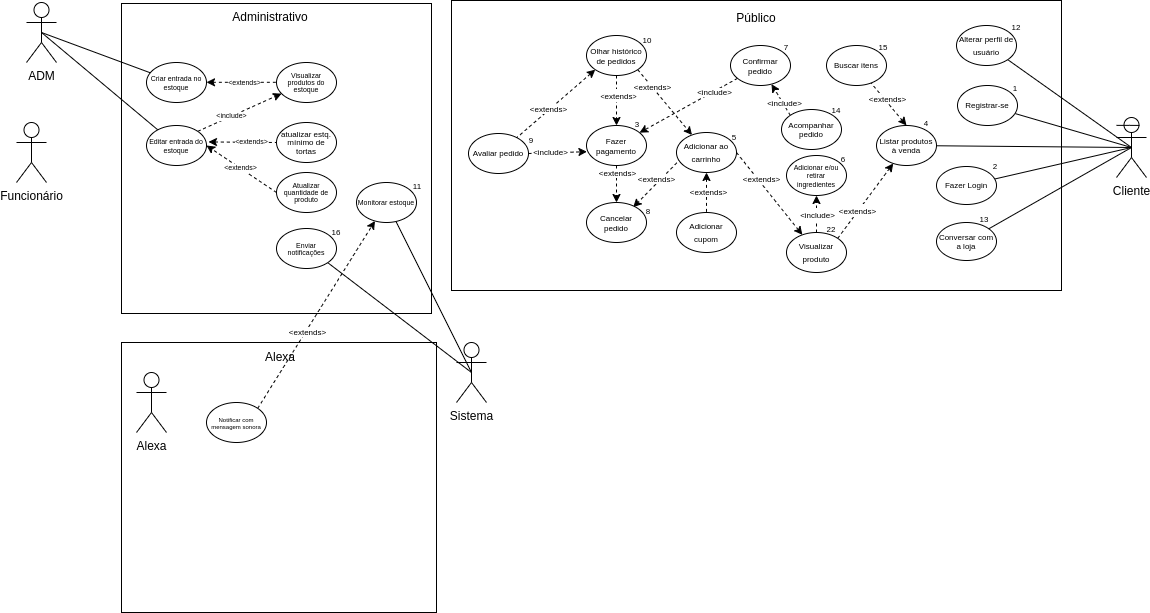
Above: UC_d.drawio.png in FreelyTian/docs (draw.io), before the change. Source tidied: cells renumbered, new cells last; positions are measured from the earlier drawing's top-left corner, leaving out a move shared by most shapes.
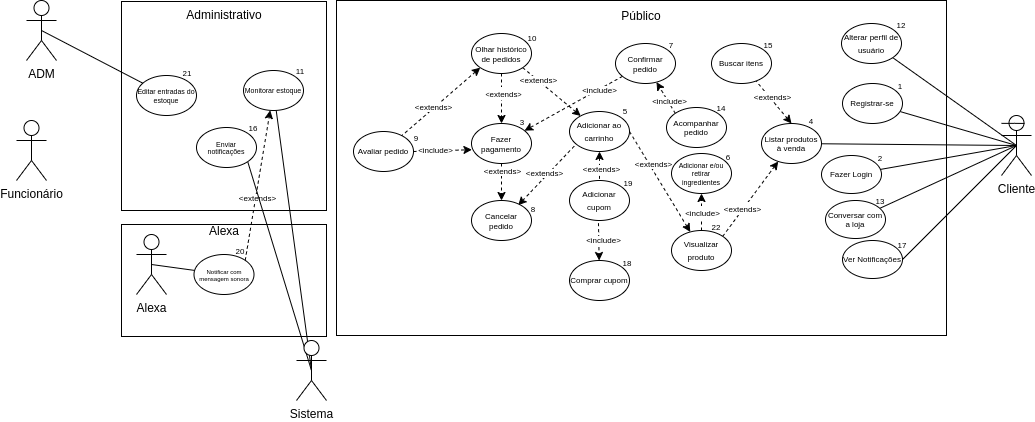
Above is the later version.

Change to the diagram source:
```diff
@@ -3,22 +3,19 @@
     <mxCell id="0" />
     <mxCell id="1" parent="0" />
     <mxCell id="2" style="rounded=0;whiteSpace=wrap;html=1;" parent="1" vertex="1">
-      <mxGeometry x="435" width="610" height="290" as="geometry" />
+      <mxGeometry x="435" y="2" width="610" height="335" as="geometry" />
     </mxCell>
     <mxCell id="3" style="rounded=0;whiteSpace=wrap;html=1;" parent="1" vertex="1">
-      <mxGeometry x="105" y="3" width="310" height="310" as="geometry" />
+      <mxGeometry x="220" y="3" width="205" height="209" as="geometry" />
     </mxCell>
-    <mxCell id="4" style="edgeStyle=none;rounded=0;jettySize=auto;html=1;exitX=0.5;exitY=0.5;exitDx=0;exitDy=0;exitPerimeter=0;fontSize=9;endArrow=none;endFill=0;" parent="1" edge="1" source="6" target="19">
-      <mxGeometry relative="1" as="geometry" />
-    </mxCell>
     <mxCell id="5" style="edgeStyle=none;rounded=0;jettySize=auto;html=1;exitX=0.5;exitY=0.5;exitDx=0;exitDy=0;exitPerimeter=0;fontSize=7;startArrow=none;startFill=0;endArrow=none;endFill=0;" parent="1" edge="1" source="6" target="48">
       <mxGeometry relative="1" as="geometry" />
     </mxCell>
     <mxCell id="6" value="ADM" style="shape=umlActor;verticalLabelPosition=bottom;verticalAlign=top;html=1;outlineConnect=0;" parent="1" vertex="1">
-      <mxGeometry x="10" y="2" width="30" height="60" as="geometry" />
+      <mxGeometry x="125" y="2" width="30" height="60" as="geometry" />
     </mxCell>
     <mxCell id="7" value="Funcionário" style="shape=umlActor;verticalLabelPosition=bottom;verticalAlign=top;html=1;" parent="1" vertex="1">
-      <mxGeometry y="122" width="30" height="60" as="geometry" />
+      <mxGeometry x="115" y="122" width="30" height="60" as="geometry" />
     </mxCell>
     <mxCell id="8" style="edgeStyle=none;rounded=0;jettySize=auto;html=1;exitX=0.5;exitY=0.5;exitDx=0;exitDy=0;exitPerimeter=0;fontSize=8;startArrow=none;startFill=0;endArrow=none;endFill=0;" parent="1" edge="1" source="13" target="26">
       <mxGeometry relative="1" as="geometry" />
@@ -35,40 +32,15 @@
     <mxCell id="12" style="edgeStyle=none;rounded=0;jettySize=auto;html=1;exitX=0.5;exitY=0.5;exitDx=0;exitDy=0;exitPerimeter=0;fontSize=8;endArrow=none;endFill=0;" parent="1" edge="1" source="13" target="91">
       <mxGeometry relative="1" as="geometry" />
     </mxCell>
+    <mxCell id="99" style="edgeStyle=none;rounded=0;jettySize=auto;html=1;exitX=0.5;exitY=0.5;exitDx=0;exitDy=0;exitPerimeter=0;entryX=1;entryY=0.5;entryDx=0;entryDy=0;fontSize=8;endArrow=none;endFill=0;" parent="1" edge="1" source="13" target="102">
+      <mxGeometry relative="1" as="geometry" />
+    </mxCell>
     <mxCell id="13" value="Cliente&lt;br&gt;" style="shape=umlActor;verticalLabelPosition=bottom;verticalAlign=top;html=1;outlineConnect=0;" parent="1" vertex="1">
       <mxGeometry x="1100" y="117" width="30" height="60" as="geometry" />
     </mxCell>
     <mxCell id="14" value="Administrativo" style="text;html=1;strokeColor=none;fillColor=none;align=center;verticalAlign=middle;whiteSpace=wrap;rounded=0;" parent="1" vertex="1">
-      <mxGeometry x="224" y="2" width="60" height="30" as="geometry" />
+      <mxGeometry x="292.5" y="2" width="60" height="30" as="geometry" />
     </mxCell>
-    <mxCell id="15" style="edgeStyle=none;rounded=0;orthogonalLoop=1;jettySize=auto;html=1;dashed=1;fontSize=9;startArrow=classic;startFill=1;endArrow=none;endFill=0;entryX=0;entryY=0.5;entryDx=0;entryDy=0;" parent="1" edge="1">
-      <mxGeometry relative="1" as="geometry">
-        <mxPoint x="190" y="81.8" as="sourcePoint" />
-        <mxPoint x="260" y="81.8" as="targetPoint" />
-      </mxGeometry>
-    </mxCell>
-    <mxCell id="16" value="&lt;font style=&quot;font-size: 7px;&quot;&gt;&amp;lt;extends&amp;gt;&lt;/font&gt;" style="edgeLabel;html=1;align=center;verticalAlign=middle;fontSize=9;" parent="15" vertex="1">
-      <mxGeometry x="-0.28" relative="1" as="geometry">
-        <mxPoint x="12" as="offset" />
-      </mxGeometry>
-    </mxCell>
-    <mxCell id="17" style="rounded=0;jettySize=auto;html=1;fontSize=9;dashed=1;startArrow=classic;startFill=1;endArrow=none;endFill=0;entryX=0;entryY=0.5;entryDx=0;entryDy=0;exitX=1.033;exitY=0.411;exitDx=0;exitDy=0;exitPerimeter=0;" parent="1" edge="1" source="48" target="21">
-      <mxGeometry relative="1" as="geometry" />
-    </mxCell>
-    <mxCell id="18" value="&lt;font style=&quot;font-size: 7px;&quot;&gt;&amp;lt;extends&amp;gt;&lt;/font&gt;" style="edgeLabel;html=1;align=center;verticalAlign=middle;fontSize=9;" parent="17" vertex="1">
-      <mxGeometry x="-0.28" y="1" relative="1" as="geometry">
-        <mxPoint x="19" as="offset" />
-      </mxGeometry>
-    </mxCell>
-    <mxCell id="19" value="&lt;p style=&quot;line-height: 55%;&quot;&gt;&lt;font style=&quot;font-size: 7px;&quot;&gt;Criar entrada no estoque&lt;/font&gt;&lt;/p&gt;" style="ellipse;whiteSpace=wrap;html=1;" parent="1" vertex="1">
-      <mxGeometry x="130" y="62" width="60" height="40" as="geometry" />
-    </mxCell>
-    <mxCell id="20" value="&lt;p style=&quot;line-height: 40%;&quot;&gt;&lt;font style=&quot;font-size: 7px;&quot;&gt;Visualizar produtos do estoque&lt;/font&gt;&lt;/p&gt;" style="ellipse;whiteSpace=wrap;html=1;" parent="1" vertex="1">
-      <mxGeometry x="260" y="62" width="60" height="40" as="geometry" />
-    </mxCell>
-    <mxCell id="21" value="&lt;p style=&quot;line-height: 60%;&quot;&gt;&lt;span style=&quot;font-size: 8px;&quot;&gt;atualizar estq. mínimo de tortas&lt;/span&gt;&lt;/p&gt;" style="ellipse;whiteSpace=wrap;html=1;" parent="1" vertex="1">
-      <mxGeometry x="260" y="122" width="60" height="40" as="geometry" />
-    </mxCell>
     <mxCell id="22" style="rounded=0;jettySize=auto;html=1;entryX=1;entryY=0.5;entryDx=0;entryDy=0;dashed=1;fontSize=8;endArrow=none;endFill=0;startArrow=classic;startFill=1;" parent="1" edge="1" source="63" target="38">
       <mxGeometry relative="1" as="geometry" />
     </mxCell>
@@ -127,10 +99,8 @@
         <mxPoint y="10" as="offset" />
       </mxGeometry>
     </mxCell>
-    <mxCell id="36" style="rounded=0;jettySize=auto;html=1;entryX=0.779;entryY=0.117;entryDx=0;entryDy=0;dashed=1;fontSize=8;exitX=0.075;exitY=0.777;exitDx=0;exitDy=0;exitPerimeter=0;entryPerimeter=0;" parent="1" edge="1" target="83">
-      <mxGeometry relative="1" as="geometry">
-        <mxPoint x="664.5" y="158.1" as="sourcePoint" />
-      </mxGeometry>
+    <mxCell id="36" style="rounded=0;jettySize=auto;html=1;entryX=0.779;entryY=0.117;entryDx=0;entryDy=0;dashed=1;fontSize=8;exitX=0.078;exitY=0.867;exitDx=0;exitDy=0;exitPerimeter=0;entryPerimeter=0;" parent="1" edge="1" source="38" target="83">
+      <mxGeometry relative="1" as="geometry" />
     </mxCell>
     <mxCell id="37" value="&amp;lt;extends&amp;gt;" style="edgeLabel;html=1;align=center;verticalAlign=middle;fontSize=8;" parent="36" vertex="1">
       <mxGeometry x="0.18" relative="1" as="geometry">
@@ -138,7 +108,7 @@
       </mxGeometry>
     </mxCell>
     <mxCell id="38" value="&lt;p style=&quot;line-height: 90%;&quot;&gt;&lt;span style=&quot;font-size: 8px;&quot;&gt;Adicionar ao carrinho&lt;/span&gt;&lt;/p&gt;" style="ellipse;whiteSpace=wrap;html=1;" parent="1" vertex="1">
-      <mxGeometry x="660" y="132" width="60" height="40" as="geometry" />
+      <mxGeometry x="668" y="113" width="60" height="40" as="geometry" />
     </mxCell>
     <mxCell id="39" value="&amp;lt;extends&amp;gt;" style="edgeStyle=none;rounded=0;jettySize=auto;html=1;exitX=1;exitY=1;exitDx=0;exitDy=0;dashed=1;fontSize=8;startArrow=none;startFill=0;endArrow=classic;endFill=1;" parent="1" edge="1" source="44" target="38">
       <mxGeometry x="-0.47" relative="1" as="geometry" />
@@ -161,30 +131,19 @@
     <mxCell id="45" value="Público" style="text;html=1;strokeColor=none;fillColor=none;align=center;verticalAlign=middle;whiteSpace=wrap;rounded=0;" parent="1" vertex="1">
       <mxGeometry x="710" y="3" width="60" height="30" as="geometry" />
     </mxCell>
-    <mxCell id="46" style="edgeStyle=none;rounded=0;jettySize=auto;html=1;exitX=1;exitY=0;exitDx=0;exitDy=0;fontSize=7;startArrow=none;startFill=0;endArrow=classic;endFill=1;dashed=1;" parent="1" edge="1" source="48" target="20">
-      <mxGeometry relative="1" as="geometry" />
-    </mxCell>
+    <mxCell id="48" value="&lt;p style=&quot;line-height: 55%;&quot;&gt;&lt;font style=&quot;font-size: 7px;&quot;&gt;Editar entradas do estoque&lt;/font&gt;&lt;/p&gt;" style="ellipse;whiteSpace=wrap;html=1;" parent="1" vertex="1">
+      <mxGeometry x="235" y="77" width="60" height="40" as="geometry" />
+    </mxCell>
+    <mxCell id="100" style="edgeStyle=none;rounded=0;jettySize=auto;html=1;exitX=0.483;exitY=1.067;exitDx=0;exitDy=0;fontSize=8;endArrow=classic;endFill=1;dashed=1;exitPerimeter=0;" parent="1" edge="1" source="52" target="104">
+      <mxGeometry relative="1" as="geometry" />
+    </mxCell>
-    <mxCell id="47" value="&amp;lt;include&amp;gt;" style="edgeLabel;html=1;align=center;verticalAlign=middle;fontSize=7;" parent="46" vertex="1">
-      <mxGeometry x="-0.21" y="-1" relative="1" as="geometry">
-        <mxPoint y="-1" as="offset" />
+    <mxCell id="47" value="&amp;lt;include&amp;gt;" style="edgeLabel;html=1;align=center;verticalAlign=middle;fontSize=8;" parent="100" vertex="1">
+      <mxGeometry x="0.24" relative="1" as="geometry">
+        <mxPoint x="4" y="-6" as="offset" />
       </mxGeometry>
     </mxCell>
-    <mxCell id="48" value="&lt;p style=&quot;line-height: 55%;&quot;&gt;&lt;font style=&quot;font-size: 7px;&quot;&gt;Editar entrada do estoque&lt;/font&gt;&lt;/p&gt;" style="ellipse;whiteSpace=wrap;html=1;" parent="1" vertex="1">
-      <mxGeometry x="130" y="125" width="60" height="40" as="geometry" />
-    </mxCell>
-    <mxCell id="49" style="edgeStyle=none;rounded=0;jettySize=auto;html=1;exitX=0;exitY=0.5;exitDx=0;exitDy=0;entryX=1;entryY=0.5;entryDx=0;entryDy=0;dashed=1;fontSize=7;startArrow=none;startFill=0;endArrow=classic;endFill=1;" parent="1" edge="1" source="51" target="48">
-      <mxGeometry relative="1" as="geometry" />
-    </mxCell>
-    <mxCell id="50" value="&amp;lt;extends&amp;gt;" style="edgeLabel;html=1;align=center;verticalAlign=middle;fontSize=7;" parent="49" vertex="1">
-      <mxGeometry x="0.2" relative="1" as="geometry">
-        <mxPoint x="5" y="3" as="offset" />
-      </mxGeometry>
-    </mxCell>
-    <mxCell id="51" value="&lt;p style=&quot;line-height: 40%;&quot;&gt;&lt;font style=&quot;font-size: 7px;&quot;&gt;Atualizar quantidade de produto&lt;/font&gt;&lt;/p&gt;" style="ellipse;whiteSpace=wrap;html=1;" parent="1" vertex="1">
-      <mxGeometry x="260" y="172" width="60" height="40" as="geometry" />
-    </mxCell>
     <mxCell id="52" value="&lt;p style=&quot;line-height: 90%;&quot;&gt;&lt;span style=&quot;font-size: 8px;&quot;&gt;Adicionar cupom&lt;/span&gt;&lt;/p&gt;" style="ellipse;whiteSpace=wrap;html=1;" parent="1" vertex="1">
-      <mxGeometry x="660" y="212" width="60" height="40" as="geometry" />
+      <mxGeometry x="668" y="182" width="60" height="40" as="geometry" />
     </mxCell>
     <mxCell id="53" value="&lt;p style=&quot;line-height: 90%;&quot;&gt;&lt;span style=&quot;font-size: 8px;&quot;&gt;Buscar itens&lt;/span&gt;&lt;/p&gt;" style="ellipse;whiteSpace=wrap;html=1;" parent="1" vertex="1">
       <mxGeometry x="810" y="45" width="60" height="40" as="geometry" />
@@ -204,7 +163,7 @@
       <mxGeometry x="941" y="85" width="60" height="40" as="geometry" />
     </mxCell>
     <mxCell id="58" value="&lt;p style=&quot;line-height: 90%;&quot;&gt;&lt;span style=&quot;font-size: 8px;&quot;&gt;Fazer Login&lt;/span&gt;&lt;/p&gt;" style="ellipse;whiteSpace=wrap;html=1;" parent="1" vertex="1">
-      <mxGeometry x="920" y="166" width="60" height="38" as="geometry" />
+      <mxGeometry x="920" y="157" width="60" height="38" as="geometry" />
     </mxCell>
     <mxCell id="59" style="edgeStyle=none;rounded=0;jettySize=auto;html=1;exitX=1;exitY=0;exitDx=0;exitDy=0;startArrow=none;startFill=0;endArrow=classic;endFill=1;dashed=1;" parent="1" edge="1" source="63" target="26">
       <mxGeometry relative="1" as="geometry" />
@@ -226,13 +185,16 @@
       <mxGeometry x="770" y="232" width="60" height="40" as="geometry" />
     </mxCell>
     <mxCell id="64" style="rounded=0;whiteSpace=wrap;html=1;fontSize=8;" parent="1" vertex="1">
-      <mxGeometry x="105" y="342" width="315" height="270" as="geometry" />
+      <mxGeometry x="220" y="226" width="205" height="112" as="geometry" />
     </mxCell>
     <mxCell id="65" value="Alexa" style="text;html=1;strokeColor=none;fillColor=none;align=center;verticalAlign=middle;whiteSpace=wrap;rounded=0;" parent="1" vertex="1">
-      <mxGeometry x="234" y="342" width="60" height="30" as="geometry" />
+      <mxGeometry x="292.5" y="218" width="60" height="30" as="geometry" />
     </mxCell>
+    <mxCell id="101" style="edgeStyle=none;rounded=0;jettySize=auto;html=1;exitX=0.5;exitY=0.5;exitDx=0;exitDy=0;exitPerimeter=0;fontSize=8;endArrow=none;endFill=0;" parent="1" edge="1" source="66" target="69">
+      <mxGeometry relative="1" as="geometry" />
+    </mxCell>
     <mxCell id="66" value="Alexa" style="shape=umlActor;verticalLabelPosition=bottom;verticalAlign=top;html=1;outlineConnect=0;" parent="1" vertex="1">
-      <mxGeometry x="120" y="372" width="30" height="60" as="geometry" />
+      <mxGeometry x="235" y="236" width="30" height="60" as="geometry" />
     </mxCell>
     <mxCell id="67" style="edgeStyle=none;rounded=0;jettySize=auto;html=1;exitX=1;exitY=0;exitDx=0;exitDy=0;fontSize=6;startArrow=none;startFill=0;endArrow=classic;endFill=1;dashed=1;" parent="1" edge="1" source="69" target="73">
       <mxGeometry relative="1" as="geometry" />
@@ -241,7 +203,7 @@
       <mxGeometry x="-0.17" y="-1" relative="1" as="geometry" />
     </mxCell>
     <mxCell id="69" value="&lt;p style=&quot;line-height: 40%;&quot;&gt;&lt;font style=&quot;font-size: 6px;&quot;&gt;Notificar com mensagem sonora&lt;/font&gt;&lt;/p&gt;" style="ellipse;whiteSpace=wrap;html=1;" parent="1" vertex="1">
-      <mxGeometry x="190" y="402" width="60" height="40" as="geometry" />
+      <mxGeometry x="292.5" y="256" width="60" height="40" as="geometry" />
     </mxCell>
     <mxCell id="70" style="edgeStyle=none;rounded=0;jettySize=auto;html=1;exitX=0.5;exitY=0.5;exitDx=0;exitDy=0;exitPerimeter=0;fontSize=6;startArrow=none;startFill=0;endArrow=none;endFill=0;" parent="1" edge="1" source="72" target="73">
       <mxGeometry relative="1" as="geometry" />
@@ -250,16 +212,16 @@
       <mxGeometry relative="1" as="geometry" />
     </mxCell>
     <mxCell id="72" value="Sistema" style="shape=umlActor;verticalLabelPosition=bottom;verticalAlign=top;html=1;outlineConnect=0;" parent="1" vertex="1">
-      <mxGeometry x="440" y="342" width="30" height="60" as="geometry" />
+      <mxGeometry x="395" y="342" width="30" height="60" as="geometry" />
     </mxCell>
     <mxCell id="73" value="&lt;p style=&quot;line-height: 40%;&quot;&gt;&lt;font style=&quot;font-size: 7px;&quot;&gt;Monitorar estoque&lt;/font&gt;&lt;/p&gt;" style="ellipse;whiteSpace=wrap;html=1;" parent="1" vertex="1">
-      <mxGeometry x="340" y="182" width="60" height="40" as="geometry" />
+      <mxGeometry x="342" y="72" width="60" height="40" as="geometry" />
     </mxCell>
     <mxCell id="74" value="&lt;font style=&quot;font-size: 8px;&quot;&gt;1&lt;/font&gt;" style="text;html=1;strokeColor=none;fillColor=none;align=center;verticalAlign=middle;whiteSpace=wrap;rounded=0;" parent="1" vertex="1">
       <mxGeometry x="989" y="77" width="20" height="20" as="geometry" />
     </mxCell>
     <mxCell id="75" value="&lt;font style=&quot;font-size: 8px;&quot;&gt;2&lt;/font&gt;" style="text;html=1;strokeColor=none;fillColor=none;align=center;verticalAlign=middle;whiteSpace=wrap;rounded=0;" parent="1" vertex="1">
-      <mxGeometry x="969" y="155" width="20" height="20" as="geometry" />
+      <mxGeometry x="969" y="149" width="20" height="20" as="geometry" />
     </mxCell>
     <mxCell id="76" value="&lt;font style=&quot;font-size: 8px;&quot;&gt;4&lt;/font&gt;" style="text;html=1;strokeColor=none;fillColor=none;align=center;verticalAlign=middle;whiteSpace=wrap;rounded=0;" parent="1" vertex="1">
       <mxGeometry x="900" y="112" width="20" height="20" as="geometry" />
@@ -268,7 +230,7 @@
       <mxGeometry x="611" y="113" width="20" height="20" as="geometry" />
     </mxCell>
     <mxCell id="78" value="&lt;font style=&quot;font-size: 8px;&quot;&gt;5&lt;/font&gt;" style="text;html=1;strokeColor=none;fillColor=none;align=center;verticalAlign=middle;whiteSpace=wrap;rounded=0;" parent="1" vertex="1">
-      <mxGeometry x="708" y="126" width="20" height="20" as="geometry" />
+      <mxGeometry x="714" y="102" width="20" height="20" as="geometry" />
     </mxCell>
     <mxCell id="79" value="&lt;p style=&quot;line-height: 59%;&quot;&gt;&lt;font style=&quot;font-size: 7px;&quot;&gt;Adicionar e/ou retirar ingredientes&lt;/font&gt;&lt;/p&gt;" style="ellipse;whiteSpace=wrap;html=1;" parent="1" vertex="1">
       <mxGeometry x="770" y="155" width="60" height="40" as="geometry" />
@@ -295,7 +257,7 @@
       <mxGeometry x="621" y="29" width="20" height="20" as="geometry" />
     </mxCell>
     <mxCell id="87" value="&lt;font style=&quot;font-size: 8px;&quot;&gt;11&lt;/font&gt;" style="text;html=1;strokeColor=none;fillColor=none;align=center;verticalAlign=middle;whiteSpace=wrap;rounded=0;" parent="1" vertex="1">
-      <mxGeometry x="391" y="175" width="20" height="20" as="geometry" />
+      <mxGeometry x="389" y="62" width="20" height="20" as="geometry" />
     </mxCell>
     <mxCell id="88" value="&lt;p style=&quot;line-height: 90%;&quot;&gt;&lt;span style=&quot;font-size: 8px;&quot;&gt;Alterar perfil de usuário&lt;/span&gt;&lt;/p&gt;" style="ellipse;whiteSpace=wrap;html=1;" parent="1" vertex="1">
       <mxGeometry x="940" y="25" width="60" height="40" as="geometry" />
@@ -307,10 +269,10 @@
       <mxGeometry x="805" y="218" width="20" height="20" as="geometry" />
     </mxCell>
     <mxCell id="91" value="&lt;p style=&quot;line-height: 65%;&quot;&gt;&lt;span style=&quot;font-size: 8px;&quot;&gt;Conversar com a loja&lt;/span&gt;&lt;/p&gt;" style="ellipse;whiteSpace=wrap;html=1;" parent="1" vertex="1">
-      <mxGeometry x="920" y="222" width="60" height="38" as="geometry" />
+      <mxGeometry x="924" y="202" width="60" height="38" as="geometry" />
     </mxCell>
     <mxCell id="92" value="&lt;font style=&quot;font-size: 8px;&quot;&gt;13&lt;/font&gt;" style="text;html=1;strokeColor=none;fillColor=none;align=center;verticalAlign=middle;whiteSpace=wrap;rounded=0;" parent="1" vertex="1">
-      <mxGeometry x="958" y="208" width="20" height="20" as="geometry" />
+      <mxGeometry x="969" y="192" width="20" height="20" as="geometry" />
     </mxCell>
     <mxCell id="93" style="edgeStyle=none;rounded=0;jettySize=auto;html=1;exitX=0;exitY=0;exitDx=0;exitDy=0;fontSize=8;endArrow=classic;endFill=1;dashed=1;" parent="1" edge="1" source="95" target="29">
       <mxGeometry relative="1" as="geometry" />
@@ -327,10 +289,31 @@
       <mxGeometry x="810" y="99" width="20" height="20" as="geometry" />
     </mxCell>
     <mxCell id="97" value="&lt;p style=&quot;line-height: 40%;&quot;&gt;&lt;font style=&quot;font-size: 7px;&quot;&gt;Enviar notificações&lt;/font&gt;&lt;/p&gt;" style="ellipse;whiteSpace=wrap;html=1;" parent="1" vertex="1">
-      <mxGeometry x="260" y="228" width="60" height="40" as="geometry" />
+      <mxGeometry x="295" y="129" width="60" height="40" as="geometry" />
     </mxCell>
     <mxCell id="98" value="&lt;font style=&quot;font-size: 8px;&quot;&gt;16&lt;/font&gt;" style="text;html=1;strokeColor=none;fillColor=none;align=center;verticalAlign=middle;whiteSpace=wrap;rounded=0;" parent="1" vertex="1">
-      <mxGeometry x="310" y="221" width="20" height="20" as="geometry" />
+      <mxGeometry x="342" y="119" width="20" height="20" as="geometry" />
     </mxCell>
+    <mxCell id="102" value="&lt;p style=&quot;line-height: 65%;&quot;&gt;&lt;span style=&quot;font-size: 8px;&quot;&gt;Ver Notificações&lt;/span&gt;&lt;/p&gt;" style="ellipse;whiteSpace=wrap;html=1;" parent="1" vertex="1">
+      <mxGeometry x="941" y="242" width="60" height="38" as="geometry" />
+    </mxCell>
+    <mxCell id="103" value="&lt;font style=&quot;font-size: 8px;&quot;&gt;17&lt;/font&gt;" style="text;html=1;strokeColor=none;fillColor=none;align=center;verticalAlign=middle;whiteSpace=wrap;rounded=0;" parent="1" vertex="1">
+      <mxGeometry x="991" y="236" width="20" height="20" as="geometry" />
+    </mxCell>
+    <mxCell id="104" value="&lt;p style=&quot;line-height: 65%;&quot;&gt;&lt;span style=&quot;font-size: 8px;&quot;&gt;Comprar cupom&lt;/span&gt;&lt;/p&gt;" style="ellipse;whiteSpace=wrap;html=1;" parent="1" vertex="1">
+      <mxGeometry x="668" y="262" width="60" height="40" as="geometry" />
+    </mxCell>
+    <mxCell id="105" value="&lt;font style=&quot;font-size: 8px;&quot;&gt;18&lt;br&gt;&lt;/font&gt;" style="text;html=1;strokeColor=none;fillColor=none;align=center;verticalAlign=middle;whiteSpace=wrap;rounded=0;" parent="1" vertex="1">
+      <mxGeometry x="716" y="254" width="20" height="20" as="geometry" />
+    </mxCell>
+    <mxCell id="106" value="&lt;font style=&quot;font-size: 8px;&quot;&gt;19&lt;br&gt;&lt;/font&gt;" style="text;html=1;strokeColor=none;fillColor=none;align=center;verticalAlign=middle;whiteSpace=wrap;rounded=0;" parent="1" vertex="1">
+      <mxGeometry x="717" y="174" width="20" height="20" as="geometry" />
+    </mxCell>
+    <mxCell id="107" value="&lt;font style=&quot;font-size: 8px;&quot;&gt;20&lt;/font&gt;" style="text;html=1;strokeColor=none;fillColor=none;align=center;verticalAlign=middle;whiteSpace=wrap;rounded=0;" parent="1" vertex="1">
+      <mxGeometry x="329" y="242" width="20" height="20" as="geometry" />
+    </mxCell>
+    <mxCell id="108" value="&lt;font style=&quot;font-size: 8px;&quot;&gt;21&lt;/font&gt;" style="text;html=1;strokeColor=none;fillColor=none;align=center;verticalAlign=middle;whiteSpace=wrap;rounded=0;" parent="1" vertex="1">
+      <mxGeometry x="276" y="64" width="20" height="20" as="geometry" />
+    </mxCell>
   </root>
 </mxGraphModel>
```
